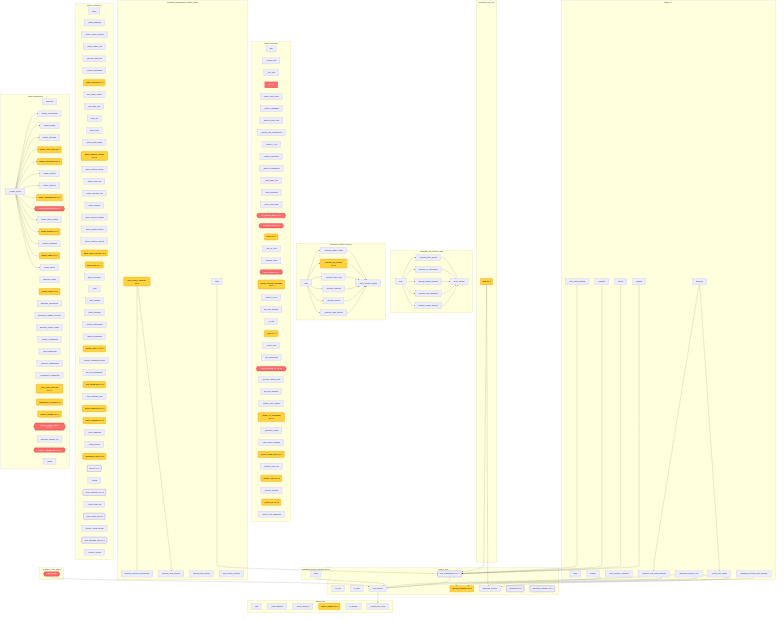
Above: project/flow.png in wronai/todocs (Mermaid), before the change. Its source is kept beside it as project/flow.mmd.
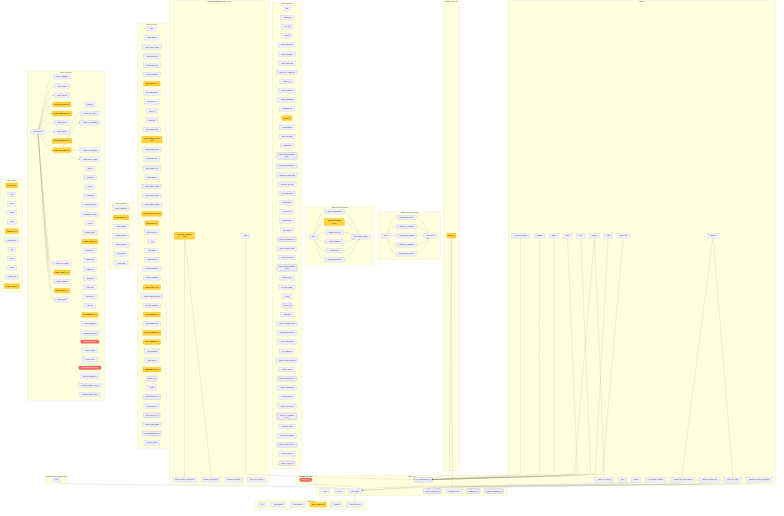
After the commit.

Change to the diagram source:
```diff
@@ -49,17 +49,25 @@
         todocs___detect_frameworks["_detect_frameworks"]
         todocs___read_deps_text["_read_deps_text"]
         todocs____init__["__init__"]
+        todocs__analyzers__maturity__MaturityScorer__score("score CC=14")
+        todocs____init__["__init__"]
         todocs___load_pyproject["_load_pyproject"]
         todocs___parse_dep_name["_parse_dep_name"]
-        todocs__get_runtime_deps{{get_runtime_deps CC=17}}
-        todocs__get_dev_deps{{get_dev_deps CC=18}}
-        todocs____init__["__init__"]
-        todocs__analyzers__maturity__MaturityScorer__score("score CC=14")
+        todocs___deduplicate["_deduplicate"]
+        todocs___deps_from_requirements("_deps_from_requirements CC=8")
+        todocs___deps_from_package_json["_deps_from_package_json"]
+        todocs___pyproject_runtime_deps["_pyproject_runtime_deps"]
+        todocs___pyproject_dev_deps["_pyproject_dev_deps"]
+        todocs__get_runtime_deps["get_runtime_deps"]
+        todocs__get_dev_deps["get_dev_deps"]
         todocs____init__["__init__"]
         todocs___should_skip["_should_skip"]
         todocs___iter_py_files["_iter_py_files"]
         todocs___module_name["_module_name"]
-        todocs__build_graph{{build_graph CC=15}}
+        todocs__build_graph["build_graph"]
+        todocs___parse_file_imports("_parse_file_imports CC=8")
+        todocs___resolve_relative_import["_resolve_relative_import"]
+        todocs___build_fan_metrics["_build_fan_metrics"]
         todocs___detect_internal_packages("_detect_internal_packages CC=9")
         todocs___detect_cycles["_detect_cycles"]
         todocs__get_hub_modules["get_hub_modules"]
@@ -68,9 +76,14 @@
         todocs___is_test["_is_test"]
         todocs___scan("_scan CC=10")
         todocs___count_lines["_count_lines"]
-        todocs__analyze{{analyze CC=16}}
+        todocs__analyze["analyze"]
+        todocs___collect_complexity_data["_collect_complexity_data"]
+        todocs___collect_radon_metrics["_collect_radon_metrics"]
+        todocs___collect_ast_fallback["_collect_ast_fallback"]
         todocs___ast_complexity["_ast_complexity"]
-        todocs___parse_module_ast{{_parse_module_ast CC=17}}
+        todocs___extract_module_docstring["_extract_module_docstring"]
+        todocs___extract_imports["_extract_imports"]
+        todocs___parse_module_ast("_parse_module_ast CC=10")
         todocs___extract_module_info["_extract_module_info"]
         todocs__get_key_modules["get_key_modules"]
         todocs____init__["__init__"]
@@ -83,11 +96,9 @@
         todocs___collect_target_files("_collect_target_files CC=11")
         todocs___extract_from_file["_extract_from_file"]
         todocs___extract_class("_extract_class CC=10")
-        todocs___extract_function["_extract_function"]
-        todocs___extract_all("_extract_all CC=10")
-        todocs___detect_rest_endpoints["_detect_rest_endpoints"]
     end
     subgraph todocs_cli
+        todocs__cli___detect_org_from_git["_detect_org_from_git"]
         todocs__cli__main["main"]
         todocs__cli__generate["generate"]
         todocs__cli___discover_and_show_progress["_discover_and_show_progress"]
@@ -100,6 +111,10 @@
         todocs__cli__compare["compare"]
         todocs__cli__health["health"]
         todocs__cli__readme["readme"]
+        todocs__cli__status["status"]
+        todocs__cli__cards["cards"]
+        todocs__cli__index["index"]
+        todocs__cli__export_cmd["export_cmd"]
     end
     subgraph todocs_core
         todocs__core__ProjectProfile__to_dict["to_dict"]
@@ -168,41 +183,91 @@
         todocs___from_package_json("_from_package_json CC=8")
         todocs___extract_license["_extract_license"]
     end
+    subgraph todocs_formatters
+        todocs__format_comparison["format_comparison"]
+        todocs__format_matrix("format_matrix CC=8")
+        todocs__format_ranking["format_ranking"]
+        todocs___default_columns["_default_columns"]
+        todocs___default_features["_default_features"]
+        todocs___sort_profiles["_sort_profiles"]
+        todocs___render_table["_render_table"]
+    end
     subgraph todocs_generators
+        todocs____init__["__init__"]
+        todocs__generate["generate"]
+        todocs__render["render"]
+        todocs___frontmatter["_frontmatter"]
+        todocs___header["_header"]
+        todocs___quick_stats["_quick_stats"]
+        todocs___category_sections["_category_sections"]
+        todocs___alphabetical_index["_alphabetical_index"]
+        todocs___footer["_footer"]
         todocs____init__["__init__"]
         todocs__generate["generate"]
         todocs__generate_index["generate_index"]
         todocs___render_article["_render_article"]
         todocs___render_index("_render_index CC=13")
+        todocs____init__["__init__"]
+        todocs__generate["generate"]
+        todocs__generate_all["generate_all"]
+        todocs__render_card["render_card"]
+        todocs___frontmatter["_frontmatter"]
+        todocs___badge_line["_badge_line"]
+        todocs___description["_description"]
+        todocs___stats_table["_stats_table"]
+        todocs___features_line["_features_line"]
+        todocs___deps_line["_deps_line"]
+        todocs___footer["_footer"]
         todocs__render_frontmatter["render_frontmatter"]
         todocs__render_header["render_header"]
         todocs__render_overview["render_overview"]
         todocs__render_tech_stack("render_tech_stack CC=8")
-        todocs__render_architecture("render_architecture CC=8")
+        todocs__render_architecture("render_architecture CC=12")
         todocs__render_metrics["render_metrics"]
         todocs__render_maturity["render_maturity"]
         todocs__render_dependencies("render_dependencies CC=8")
-        todocs__render_api_surface{{render_api_surface CC=17}}
+        todocs___render_entry_points["_render_entry_points"]
+        todocs___render_cli_commands["_render_cli_commands"]
+        todocs___render_rest_endpoints["_render_rest_endpoints"]
+        todocs___render_public_classes["_render_public_classes"]
+        todocs__render_api_surface("render_api_surface CC=8")
         todocs__render_build_targets["render_build_targets"]
         todocs__render_docker("render_docker CC=12")
         todocs__render_changelog["render_changelog"]
         todocs__generators__article_sections__render_usage("render_usage CC=11")
         todocs__render_footer["render_footer"]
         todocs____init__["__init__"]
+        todocs__generate["generate"]
+        todocs__render["render"]
+        todocs___frontmatter["_frontmatter"]
+        todocs___header["_header"]
+        todocs___kpi_dashboard("_kpi_dashboard CC=11")
+        todocs___grade_breakdown["_grade_breakdown"]
+        todocs___language_distribution["_language_distribution"]
+        todocs___quality_gaps{{_quality_gaps CC=16}}
+        todocs___largest_projects["_largest_projects"]
+        todocs___recent_activity["_recent_activity"]
+        todocs___recommendations{{_recommendations CC=15}}
+        todocs___footer["_footer"]
+        todocs____init__["__init__"]
         todocs__generate_comparison["generate_comparison"]
         todocs__generate_category_articles["generate_category_articles"]
         todocs__generate_health_report["generate_health_report"]
-        todocs___render_comparison["_render_comparison"]
-        todocs___size_comparison["_size_comparison"]
-        todocs___maturity_leaderboard["_maturity_leaderboard"]
-        todocs___complexity_comparison["_complexity_comparison"]
-        todocs___tech_stack_overview("_tech_stack_overview CC=11")
-        todocs___dependency_overlap("_dependency_overlap CC=8")
-        todocs___render_category("_render_category CC=14")
-        todocs___render_health_report{{_render_health_report CC=18}}
-        todocs__generate_readme_list["generate_readme_list"]
-        todocs___render_readme_list{{_render_readme_list CC=16}}
-        todocs___footer["_footer"]
+    end
+    subgraph todocs_outputs
+        todocs____init__["__init__"]
+        todocs__write_all("write_all CC=8")
+        todocs__outputs__json__JSONOutput____init__["__init__"]
+        todocs__outputs__json__JSONOutput__write["write"]
+        todocs__outputs__json__JSONOutput__render["render"]
+        todocs__outputs__json__JSONOutput___meta["_meta"]
+        todocs__outputs__json__JSONOutput___summary("_summary CC=14")
+        todocs__outputs__json__JSONOutput___project_entry["_project_entry"]
+        todocs__outputs__html__HTMLOutput____init__["__init__"]
+        todocs__outputs__html__HTMLOutput__write["write"]
+        todocs__outputs__html__HTMLOutput__render["render"]
+        todocs__outputs__html__HTMLOutput___render_row["_render_row"]
+        todocs__outputs__html__HTMLOutput___render_card("_render_card CC=12")
     end
     subgraph todocs_utils
         todocs__utils__GitignoreParser____init__["__init__"]
@@ -212,11 +277,13 @@
         todocs__utils__GitignoreParser__is_ignored["is_ignored"]
         todocs__utils__create_scan_filter["create_scan_filter"]
     end
-    examples__scan_single__main --> todocs__core__scan_project
+    examples__article_sections_demo__main --> todocs__core__scan_project
     examples__print_health_summary --> examples__analyze_maturity_distribution
     examples__print_health_summary --> examples__analyze_code_metrics
     examples__organization_health_report__main --> todocs__core__scan_organization
-    examples__article_sections_demo__main --> todocs__core__scan_project
+    examples__scan_org__main --> todocs__core__scan_organization
+    examples__scan_org__main --> todocs__core__generate_articles
+    examples__scan_single__main --> todocs__core__scan_project
     examples__custom_analysis___analyze_import_graph --> examples__custom_analysis___print_section_header
     examples__custom_analysis___analyze_api_surface --> examples__custom_analysis___print_section_header
     examples__custom_analysis___analyze_toon_files --> examples__custom_analysis___print_section_header
@@ -229,8 +296,6 @@
     examples__custom_analysis__main --> examples__custom_analysis___analyze_makefile
     examples__custom_analysis__main --> examples__custom_analysis___analyze_docker
     examples__custom_analysis__main --> examples__custom_analysis___analyze_code_metrics
-    examples__scan_org__main --> todocs__core__scan_organization
-    examples__scan_org__main --> todocs__core__generate_articles
     examples__api_surface_deep__analyze_entry_points --> examples__api_surface_deep__print_section
     examples__api_surface_deep__analyze_cli_commands --> examples__api_surface_deep__print_section
     examples__api_surface_deep__analyze_public_symbols --> examples__api_surface_deep__print_section
@@ -253,6 +318,11 @@
     todocs__cli__compare --> todocs__core__scan_organization
     todocs__cli__health --> todocs__core__scan_organization
     todocs__cli__readme --> todocs__core__scan_organization
+    todocs__cli__readme --> todocs__cli___detect_org_from_git
+    todocs__cli__status --> todocs__core__scan_organization
+    todocs__cli__cards --> todocs__core__scan_organization
+    todocs__cli__index --> todocs__core__scan_organization
+    todocs__cli__export_cmd --> todocs__core__scan_organization
     todocs___render_article --> todocs__render_frontmatter
     todocs___render_article --> todocs__render_header
     todocs___render_article --> todocs__render_overview
@@ -267,10 +337,14 @@
     todocs___render_article --> todocs__render_changelog
     todocs___render_article --> todocs__generators__article_sections__render_usage
     todocs___render_article --> todocs__render_footer
+    todocs__render_api_surface --> todocs___render_entry_points
+    todocs__render_api_surface --> todocs___render_cli_commands
+    todocs__render_api_surface --> todocs___render_rest_endpoints
+    todocs__render_api_surface --> todocs___render_public_classes
     todocs__core__scan_project --> todocs__utils__create_scan_filter
     todocs__core__scan_organization --> todocs__core__scan_project
 
     classDef highCC fill:#ff6b6b,stroke:#c92a2a,color:#fff
     classDef medCC fill:#ffd43b,stroke:#f08c00,color:#000
-    class examples__scan_single__main,todocs__render_api_surface,todocs___render_health_report,todocs___render_readme_list,todocs__get_runtime_deps,todocs__get_dev_deps,todocs__build_graph,todocs__analyze,todocs___parse_module_ast highCC
-    class examples__print_health_summary,examples__custom_analysis___analyze_api_surface,examples__scan_org__main,todocs___parse_taskfile,todocs___parse_modules_section,todocs___parse_layers_section,todocs__parse_flow,todocs___extract_post_h1,todocs___find_dockerfiles,todocs___parse_dockerfile,todocs___parse_compose,todocs___summarize_entry,todocs___render_index,todocs__render_tech_stack,todocs__render_architecture,todocs__render_dependencies,todocs__render_docker,todocs__generators__article_sections__render_usage,todocs__utils__GitignoreParser___match_pattern,todocs___tech_stack_overview,todocs___dependency_overlap,todocs___render_category,todocs__analyzers__maturity__MaturityScorer__score,todocs___detect_internal_packages,todocs___scan,todocs___detect_cli_commands,todocs___collect_target_files,todocs___extract_class,todocs___extract_all,todocs__core___discover_projects medCC
+    class examples__scan_single__main,todocs___quality_gaps,todocs___recommendations highCC
+    class examples__print_health_summary,examples__scan_org__main,examples__custom_analysis___analyze_api_surface,todocs___parse_taskfile,todocs___parse_modules_section,todocs___parse_layers_section,todocs__parse_flow,todocs___extract_post_h1,todocs___find_dockerfiles,todocs___parse_dockerfile,todocs___parse_compose,todocs___summarize_entry,todocs__write_all,todocs__format_matrix,todocs__outputs__json__JSONOutput___summary,todocs__outputs__html__HTMLOutput___render_card,todocs___render_index,todocs__render_tech_stack,todocs__render_architecture,todocs__render_dependencies,todocs__render_api_surface,todocs__render_docker,todocs__generators__article_sections__render_usage,todocs___kpi_dashboard,todocs__utils__GitignoreParser___match_pattern,todocs___tech_stack_overview,todocs___dependency_overlap,todocs___render_category,todocs___health_executive_summary,todocs__analyzers__maturity__MaturityScorer__score medCC
```
